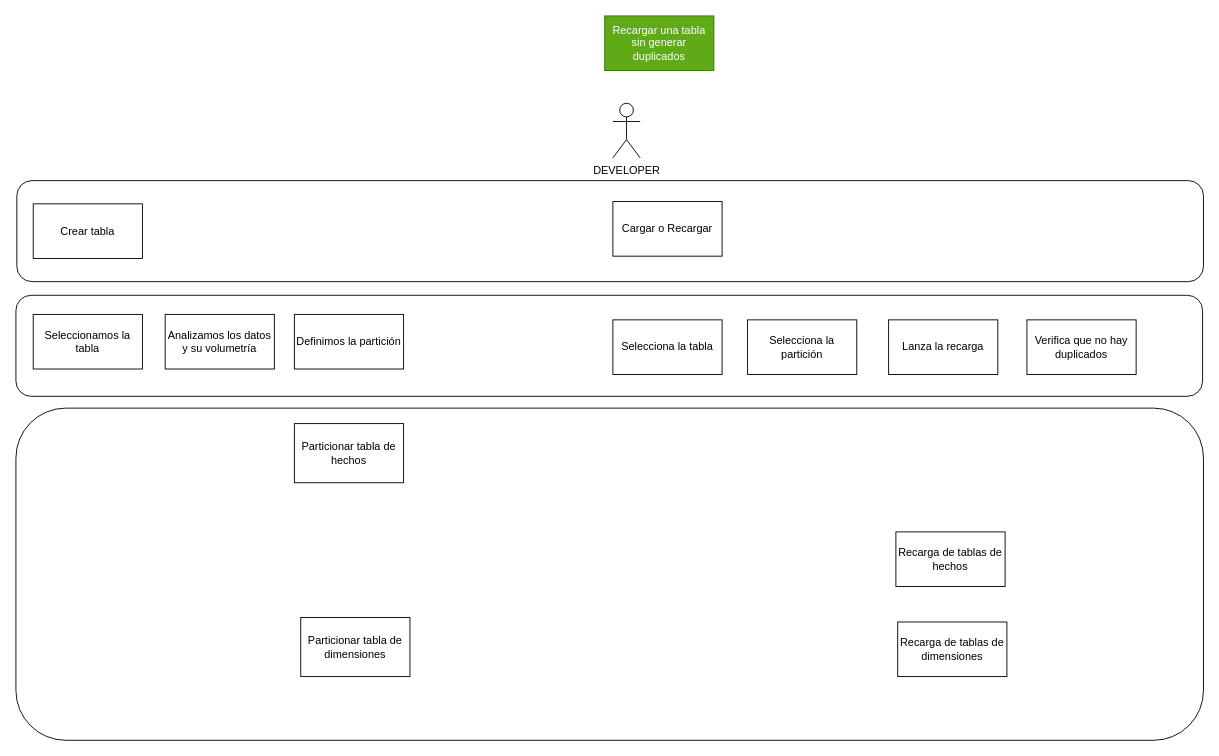
cperezh/FoodECommerceScraper keeps this draw.io diagram as page "User Story Mapping" (1 of 2) of doc/Roadmap.drawio. Above is the earlier version. Source tidied: cells renumbered, new cells numbered last; positions are measured from the earlier drawing's top-left corner, leaving out a move shared by most shapes. Both pictures are drawn from the tidied source at 91%, with x=0, y=0 at pixel (15, 15).
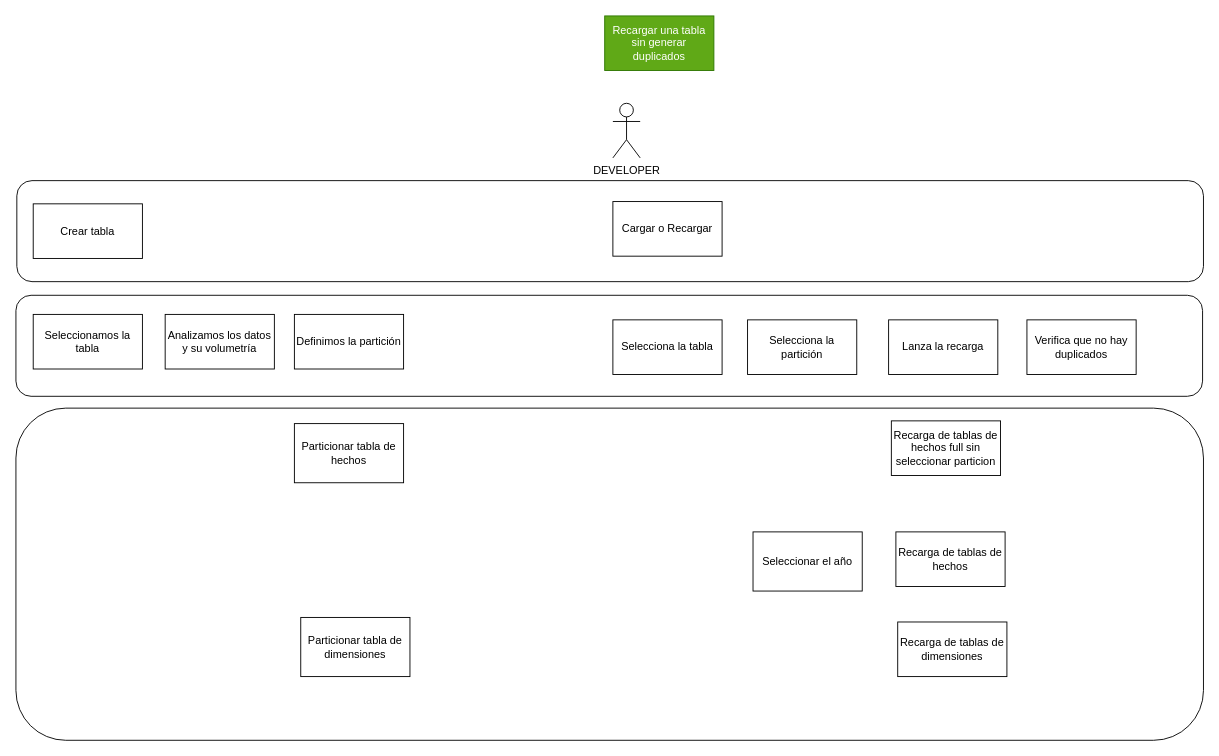
The same page after the edit.

Diff of the diagram source:
```diff
@@
+    <mxCell id="20" value="Seleccionar el año" style="rounded=0;whiteSpace=wrap;html=1;hachureGap=4;" parent="1" vertex="1">
+      <mxGeometry x="810" y="567" width="120" height="65" as="geometry" />
+    </mxCell>
+    <mxCell id="21" value="Recarga de tablas de hechos full sin seleccionar particion" style="rounded=0;whiteSpace=wrap;html=1;hachureGap=4;" parent="1" vertex="1">
+      <mxGeometry x="962" y="445" width="120" height="60" as="geometry" />
+    </mxCell>
```
